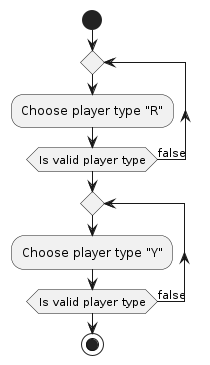
The PlantUML diagram Connect4/oop-js-functions/UML/images/activity-diagram-choose-players.png in BernatQI/Master-Programacion-Diseno-Software, before a commit.
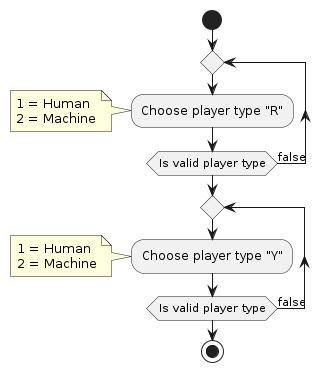
After the change.

Change to the diagram source:
```diff
@@ -3,9 +3,17 @@
 start
 repeat
 :Choose player type "R";
+note left
+  1 = Human
+  2 = Machine
+end note
 repeat while (Is valid player type) is (false)
 repeat
 :Choose player type "Y";
+note left
+  1 = Human
+  2 = Machine
+end note
 repeat while (Is valid player type) is (false)
 stop
 @enduml
```
